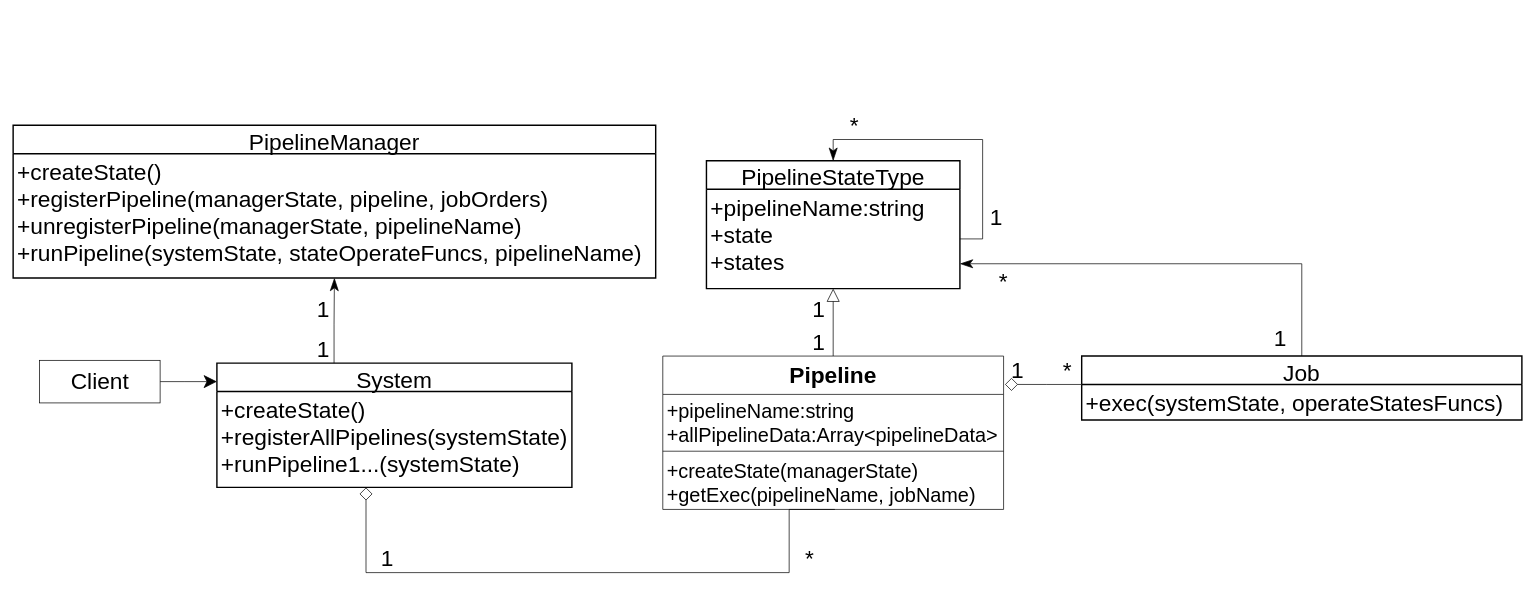
yyc-git/3DProgramPattern keeps this draw.io diagram as packages/管道模式/role_abstract/UML.drawio. Above is the earlier version. Source tidied: cells renumbered, new cells numbered last; positions are measured from the earlier drawing's top-left corner, leaving out a move shared by most shapes. Both pictures are drawn from the tidied source at 71%, with x=0, y=0 at pixel (13, 118).
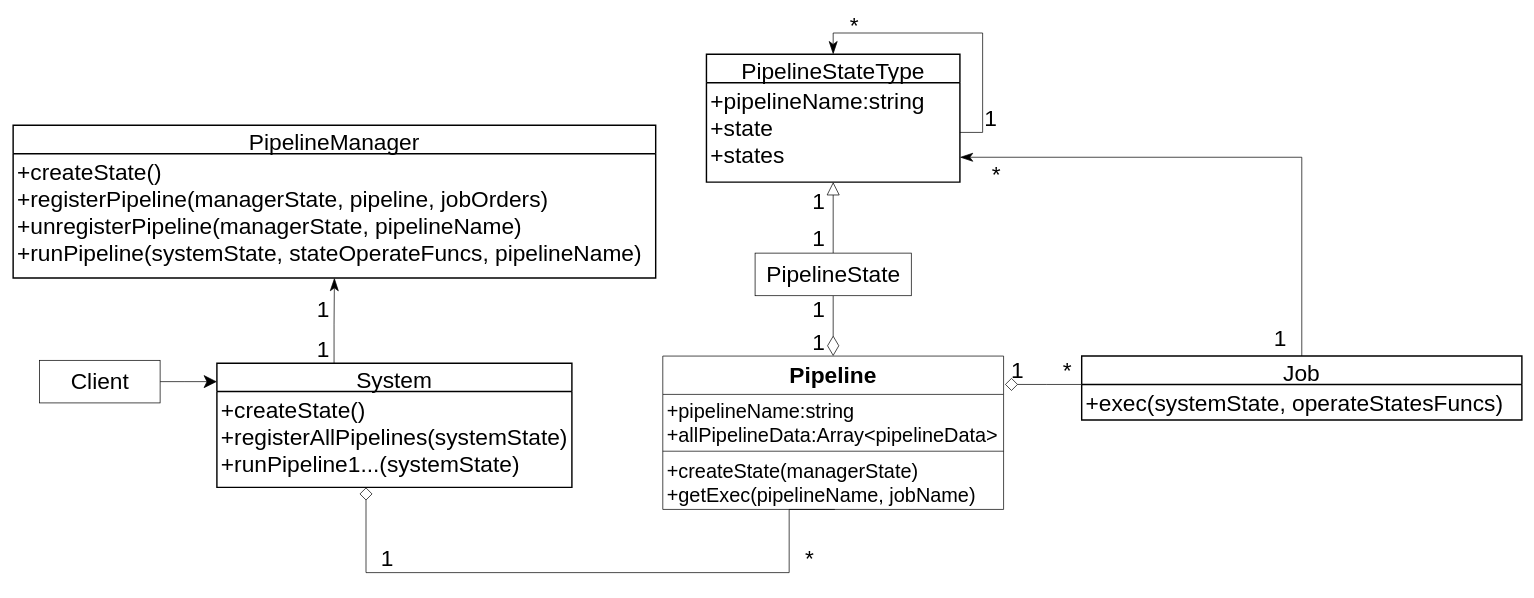
The same page after the edit.

The change refers to these unchanged cells:
```xml
<mxCell id="11" value="Pipeline" style="swimlane;fontStyle=1;align=center;verticalAlign=top;horizontal=1;startSize=54;fontSize=32;" parent="1" vertex="1">
  <mxGeometry x="915" y="335" width="480" height="216" as="geometry" />
</mxCell>
<mxCell id="24" value="+pipelineName:string&#10;+state&#10;+states" style="align=left;strokeColor=none;fillColor=none;spacingLeft=4;fontSize=32;verticalAlign=top;" parent="22" vertex="1">
  <mxGeometry y="40" width="357" height="140" as="geometry" />
</mxCell>
```

What changed in the source:
```diff
@@
-    <mxCell id="10" style="edgeStyle=orthogonalEdgeStyle;rounded=0;jettySize=auto;html=1;entryX=0.5;entryY=1;entryDx=0;entryDy=0;fontSize=28;endArrow=block;endFill=0;startSize=16;endSize=16;" parent="1" edge="1" source="11" target="24">
-      <mxGeometry relative="1" as="geometry" />
-    </mxCell>
+    <mxCell id="34" style="edgeStyle=orthogonalEdgeStyle;rounded=0;jettySize=auto;html=1;startArrow=diamondThin;startFill=0;endArrow=none;endFill=0;endSize=26;startSize=26;" parent="1" edge="1" source="11" target="36">
+      <mxGeometry relative="1" as="geometry" />
+    </mxCell>
@@
     <mxCell id="22" value="PipelineStateType" style="swimlane;horizontal=1;startSize=40;rounded=0;fontSize=32;fontStyle=0;strokeWidth=2;shadow=0;dashed=0;align=center;" parent="1" vertex="1">
-      <mxGeometry x="976.5" y="60" width="357" height="180" as="geometry" />
+      <mxGeometry x="976.5" y="-90" width="357" height="180" as="geometry" />
     </mxCell>
@@
     <mxCell id="28" value="&lt;font style=&quot;font-size: 32px&quot;&gt;1&lt;/font&gt;" style="text;html=1;strokeColor=none;fillColor=none;align=center;verticalAlign=middle;whiteSpace=wrap;rounded=0;fontSize=28;" parent="1" vertex="1">
-      <mxGeometry x="1365" y="130" width="40" height="20" as="geometry" />
+      <mxGeometry x="1357" y="-10" width="40" height="20" as="geometry" />
     </mxCell>
     <mxCell id="29" value="&lt;font style=&quot;font-size: 32px&quot;&gt;*&lt;/font&gt;" style="text;html=1;strokeColor=none;fillColor=none;align=center;verticalAlign=middle;whiteSpace=wrap;rounded=0;fontSize=28;" parent="1" vertex="1">
-      <mxGeometry x="1165" width="40" height="20" as="geometry" />
+      <mxGeometry x="1165" y="-140" width="40" height="20" as="geometry" />
     </mxCell>
@@
     <mxCell id="31" value="&lt;font style=&quot;font-size: 32px&quot;&gt;*&lt;/font&gt;" style="text;html=1;strokeColor=none;fillColor=none;align=center;verticalAlign=middle;whiteSpace=wrap;rounded=0;fontSize=28;" parent="1" vertex="1">
-      <mxGeometry x="1375" y="220" width="40" height="20" as="geometry" />
+      <mxGeometry x="1365" y="70" width="40" height="20" as="geometry" />
     </mxCell>
@@
+    <mxCell id="35" style="edgeStyle=orthogonalEdgeStyle;rounded=0;jettySize=auto;html=1;endArrow=block;endFill=0;endSize=16;startSize=16;" parent="1" edge="1" source="36" target="24">
+      <mxGeometry relative="1" as="geometry" />
+    </mxCell>
+    <mxCell id="36" value="PipelineState" style="html=1;fontSize=32;" parent="1" vertex="1">
+      <mxGeometry x="1045" y="190" width="220" height="60" as="geometry" />
+    </mxCell>
+    <mxCell id="37" value="&lt;font style=&quot;font-size: 32px&quot;&gt;1&lt;/font&gt;" style="text;html=1;strokeColor=none;fillColor=none;align=center;verticalAlign=middle;whiteSpace=wrap;rounded=0;fontSize=28;" parent="1" vertex="1">
+      <mxGeometry x="1115" y="160" width="40" height="20" as="geometry" />
+    </mxCell>
+    <mxCell id="38" value="&lt;font style=&quot;font-size: 32px&quot;&gt;1&lt;/font&gt;" style="text;html=1;strokeColor=none;fillColor=none;align=center;verticalAlign=middle;whiteSpace=wrap;rounded=0;fontSize=28;" parent="1" vertex="1">
+      <mxGeometry x="1115" y="107.5" width="40" height="20" as="geometry" />
+    </mxCell>
```
